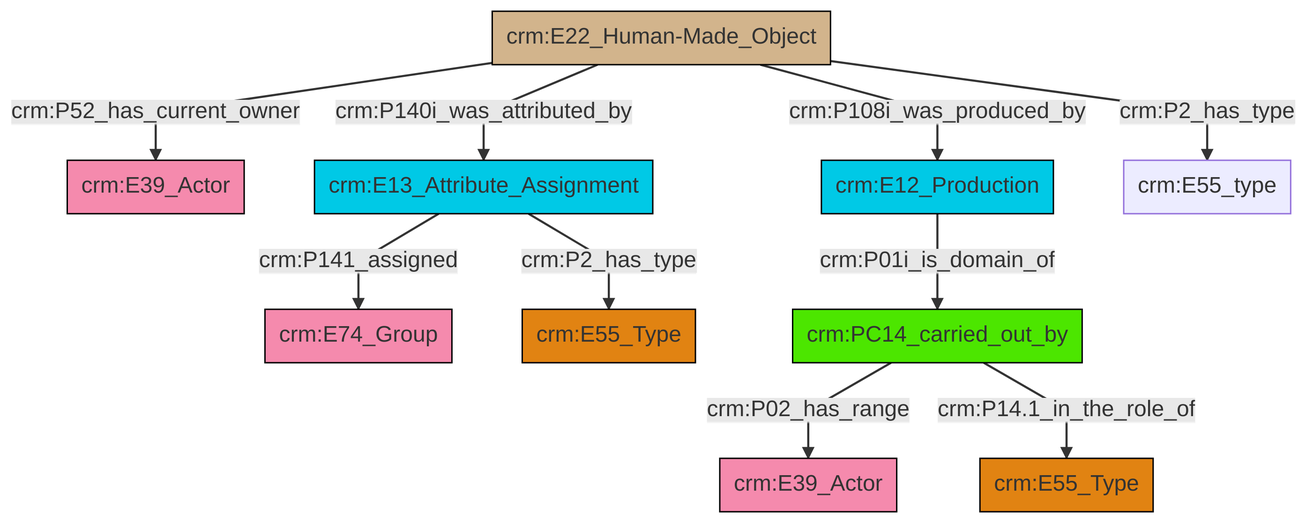
Above: et/builtWorkCSV/ttl/mmd/png/Built_Work_actor_relations.png in swiss-art-research-net/docs.swissartresearch (Mermaid), before the change. Its source is kept beside it as et/builtWorkCSV/ttl/mmd/Built_Work_actor_relations.ttl.mmd.
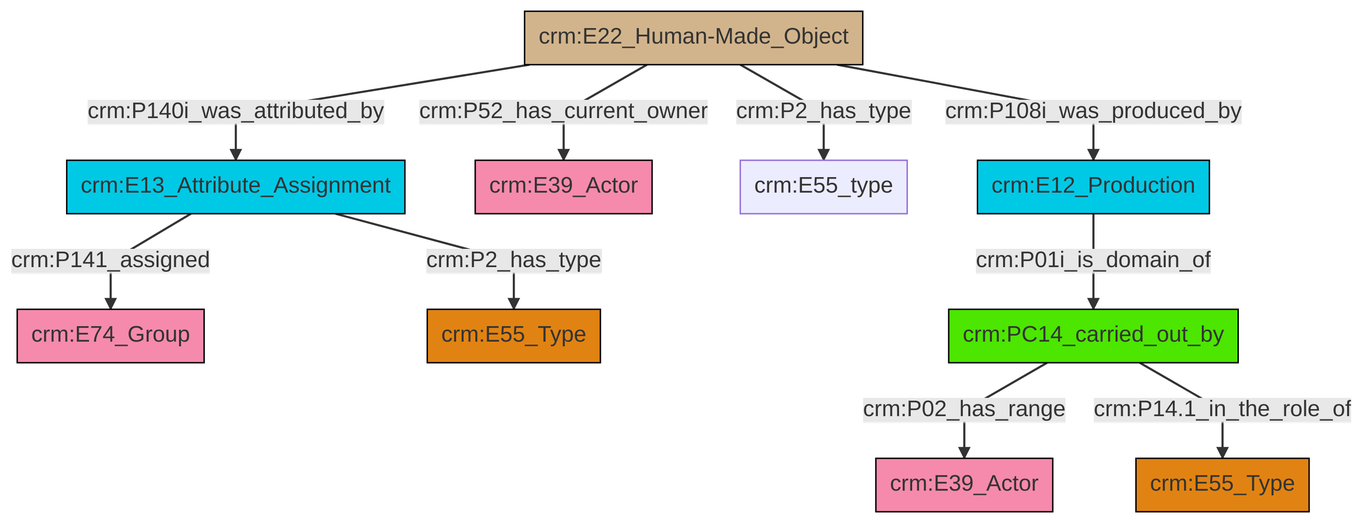
Above is the later version.

The edit, as a diff of the source:
```diff
@@ -13,12 +13,12 @@
 classDef PC_Classes fill:#4ce600, stroke:#000000;
 classDef Multi fill:#cccccc,stroke:#000000;
 
-2["crm:E22_Human-Made_Object"]:::Physical_Thing -->|crm:P52_has_current_owner| 0["crm:E39_Actor"]:::Actor
-2["crm:E22_Human-Made_Object"]:::Physical_Thing -->|crm:P140i_was_attributed_by| 3["crm:E13_Attribute_Assignment"]:::Temporal_Entity
-3["crm:E13_Attribute_Assignment"]:::Temporal_Entity -->|crm:P141_assigned| 4["crm:E74_Group"]:::Actor
-8["crm:E12_Production"]:::Temporal_Entity -->|crm:P01i_is_domain_of| 9["crm:PC14_carried_out_by"]:::PC_Classes
-9["crm:PC14_carried_out_by"]:::PC_Classes -->|crm:P02_has_range| 10["crm:E39_Actor"]:::Actor
-3["crm:E13_Attribute_Assignment"]:::Temporal_Entity -->|crm:P2_has_type| 11["crm:E55_Type"]:::Type
-9["crm:PC14_carried_out_by"]:::PC_Classes -->|crm:P14.1_in_the_role_of| 5["crm:E55_Type"]:::Type
-2["crm:E22_Human-Made_Object"]:::Physical_Thing -->|crm:P108i_was_produced_by| 8["crm:E12_Production"]:::Temporal_Entity
-2["crm:E22_Human-Made_Object"]:::Physical_Thing -->|crm:P2_has_type| 16["crm:E55_type"]:::Default
+0["crm:E13_Attribute_Assignment"]:::Temporal_Entity -->|crm:P141_assigned| 1["crm:E74_Group"]:::Actor
+6["crm:E22_Human-Made_Object"]:::Physical_Thing -->|crm:P140i_was_attributed_by| 0["crm:E13_Attribute_Assignment"]:::Temporal_Entity
+2["crm:E12_Production"]:::Temporal_Entity -->|crm:P01i_is_domain_of| 4["crm:PC14_carried_out_by"]:::PC_Classes
+4["crm:PC14_carried_out_by"]:::PC_Classes -->|crm:P02_has_range| 11["crm:E39_Actor"]:::Actor
+6["crm:E22_Human-Made_Object"]:::Physical_Thing -->|crm:P52_has_current_owner| 7["crm:E39_Actor"]:::Actor
+4["crm:PC14_carried_out_by"]:::PC_Classes -->|crm:P14.1_in_the_role_of| 12["crm:E55_Type"]:::Type
+6["crm:E22_Human-Made_Object"]:::Physical_Thing -->|crm:P2_has_type| 14["crm:E55_type"]:::Default
+6["crm:E22_Human-Made_Object"]:::Physical_Thing -->|crm:P108i_was_produced_by| 2["crm:E12_Production"]:::Temporal_Entity
+0["crm:E13_Attribute_Assignment"]:::Temporal_Entity -->|crm:P2_has_type| 9["crm:E55_Type"]:::Type
```
